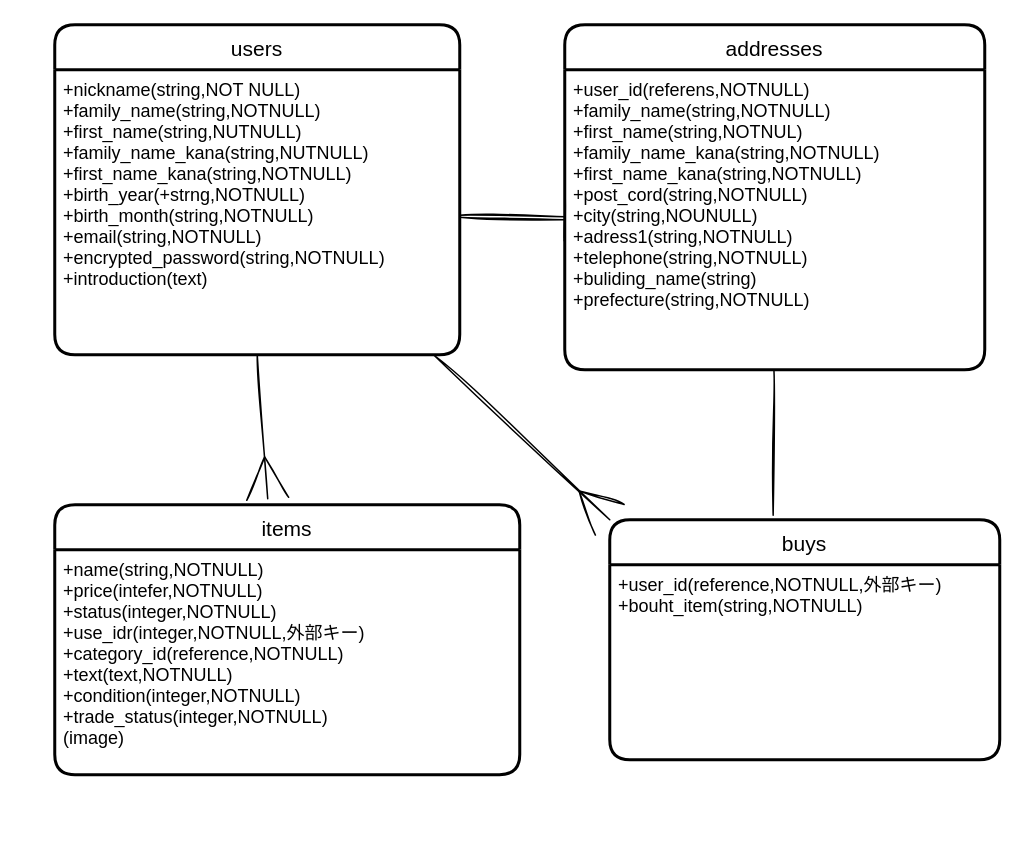
1ain00/furima-38440-id keeps this draw.io diagram as er.dio. Above is the earlier version. Source tidied: cells renumbered, new cells numbered last; positions are measured from the earlier drawing's top-left corner, leaving out a move shared by most shapes. Both pictures are drawn from the tidied source at 150%, with x=0, y=0 at pixel (54, 24).
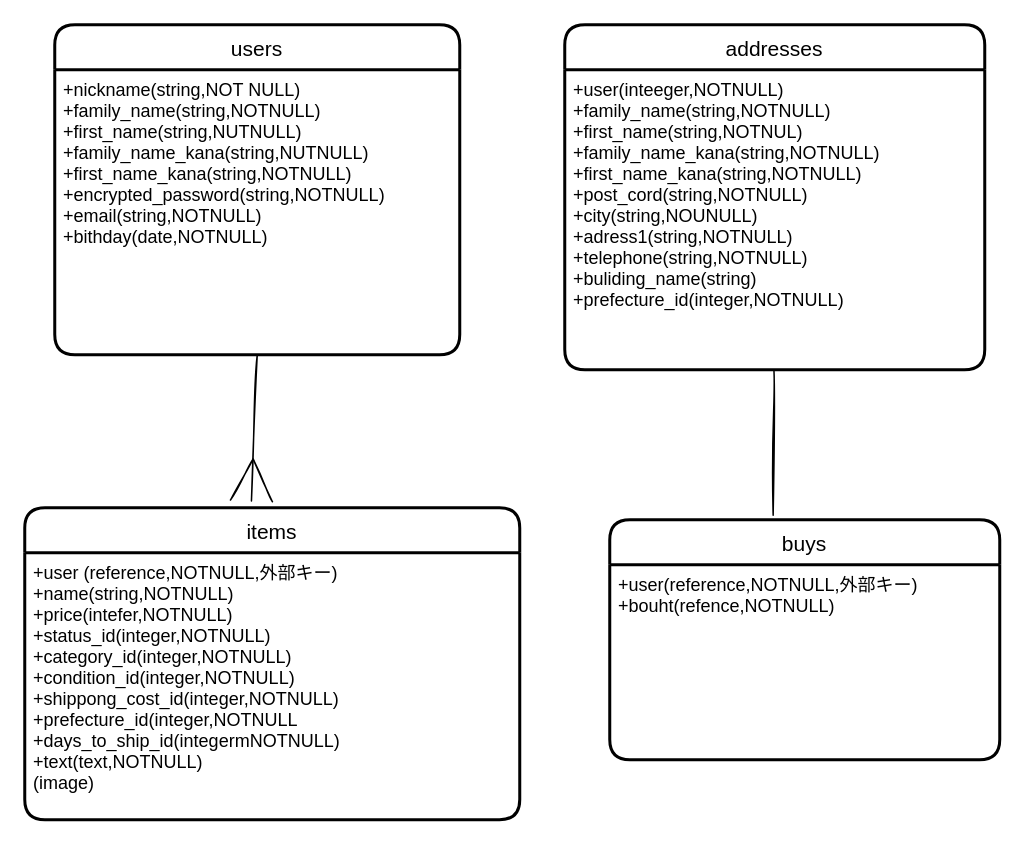
The same page after the edit.

What changed in the source:
```diff
@@
 <mxGraphModel>
   <root>
     <mxCell id="0" />
     <mxCell id="1" parent="0" />
-    <mxCell id="2" style="edgeStyle=none;sketch=1;html=1;entryX=0;entryY=0;entryDx=0;entryDy=0;endArrow=ERmany;endFill=0;startSize=6;endSize=26;" parent="1" edge="1" source="3" target="5">
-      <mxGeometry relative="1" as="geometry" />
-    </mxCell>
     <mxCell id="3" value="users" style="swimlane;horizontal=1;startSize=30;rounded=1;fontSize=14;fontStyle=0;strokeWidth=2;shadow=0;dashed=0;align=center;" parent="1" vertex="1">
       <mxGeometry width="270" height="220" as="geometry" />
     </mxCell>
-    <mxCell id="4" value="+nickname(string,NOT NULL)&#10;+family_name(string,NOTNULL)&#10;+first_name(string,NUTNULL)&#10;+family_name_kana(string,NUTNULL)&#10;+first_name_kana(string,NOTNULL)&#10;+birth_year(+strng,NOTNULL)&#10;+birth_month(string,NOTNULL)&#10;+email(string,NOTNULL)&#10;+encrypted_password(string,NOTNULL)&#10;+introduction(text)" style="align=left;strokeColor=none;fillColor=none;spacingLeft=4;fontSize=12;verticalAlign=top;" parent="3" vertex="1">
+    <mxCell id="4" value="+nickname(string,NOT NULL)&#10;+family_name(string,NOTNULL)&#10;+first_name(string,NUTNULL)&#10;+family_name_kana(string,NUTNULL)&#10;+first_name_kana(string,NOTNULL)&#10;+encrypted_password(string,NOTNULL)&#10;+email(string,NOTNULL)&#10;+bithday(date,NOTNULL)" style="align=left;strokeColor=none;fillColor=none;spacingLeft=4;fontSize=12;verticalAlign=top;" parent="3" vertex="1">
       <mxGeometry y="30" width="270" height="190" as="geometry" />
     </mxCell>
     <mxCell id="5" value="buys" style="swimlane;horizontal=1;startSize=30;rounded=1;fontSize=14;fontStyle=0;strokeWidth=2;shadow=0;dashed=0;align=center;" parent="1" vertex="1">
       <mxGeometry x="370" y="330" width="260" height="160" as="geometry" />
     </mxCell>
-    <mxCell id="6" value="+user_id(reference,NOTNULL,外部キー)&#10;+bouht_item(string,NOTNULL)" style="align=left;strokeColor=none;fillColor=none;spacingLeft=4;fontSize=12;verticalAlign=top;" parent="5" vertex="1">
+    <mxCell id="6" value="+user(reference,NOTNULL,外部キー)&#10;+bouht(refence,NOTNULL)" style="align=left;strokeColor=none;fillColor=none;spacingLeft=4;fontSize=12;verticalAlign=top;" parent="5" vertex="1">
       <mxGeometry y="30" width="260" height="130" as="geometry" />
     </mxCell>
     <mxCell id="7" value="items" style="swimlane;horizontal=1;startSize=30;rounded=1;fontSize=14;fontStyle=0;strokeWidth=2;shadow=0;dashed=0;align=center;" parent="1" vertex="1">
-      <mxGeometry y="320" width="310" height="180" as="geometry" />
+      <mxGeometry x="-20" y="322" width="330" height="208" as="geometry" />
     </mxCell>
-    <mxCell id="8" value="+name(string,NOTNULL)&#10;+price(intefer,NOTNULL)&#10;+status(integer,NOTNULL)&#10;+use_idr(integer,NOTNULL,外部キー)&#10;+category_id(reference,NOTNULL)&#10;+text(text,NOTNULL)&#10;+condition(integer,NOTNULL)&#10;+trade_status(integer,NOTNULL)&#10;(image)" style="align=left;strokeColor=none;fillColor=none;spacingLeft=4;fontSize=12;verticalAlign=top;" parent="7" vertex="1">
-      <mxGeometry y="30" width="310" height="150" as="geometry" />
+    <mxCell id="8" value="+user (reference,NOTNULL,外部キー)&#10;+name(string,NOTNULL)&#10;+price(intefer,NOTNULL)&#10;+status_id(integer,NOTNULL)&#10;+category_id(integer,NOTNULL)&#10;+condition_id(integer,NOTNULL)&#10;+shippong_cost_id(integer,NOTNULL)&#10;+prefecture_id(integer,NOTNULL&#10;+days_to_ship_id(integermNOTNULL)&#10;+text(text,NOTNULL)&#10;(image)" style="align=left;strokeColor=none;fillColor=none;spacingLeft=4;fontSize=12;verticalAlign=top;" parent="7" vertex="1">
+      <mxGeometry y="30" width="330" height="178" as="geometry" />
     </mxCell>
     <mxCell id="9" value="addresses" style="swimlane;horizontal=1;startSize=30;rounded=1;fontSize=14;fontStyle=0;strokeWidth=2;shadow=0;dashed=0;align=center;" parent="1" vertex="1">
       <mxGeometry x="340" width="280" height="230" as="geometry" />
     </mxCell>
-    <mxCell id="10" value="+user_id(referens,NOTNULL)&#10;+family_name(string,NOTNULL)&#10;+first_name(string,NOTNUL)&#10;+family_name_kana(string,NOTNULL)&#10;+first_name_kana(string,NOTNULL)&#10;+post_cord(string,NOTNULL)&#10;+city(string,NOUNULL)&#10;+adress1(string,NOTNULL)&#10;+telephone(string,NOTNULL)&#10;+buliding_name(string)&#10;+prefecture(string,NOTNULL)" style="align=left;strokeColor=none;fillColor=none;spacingLeft=4;fontSize=12;verticalAlign=top;" parent="9" vertex="1">
+    <mxCell id="10" value="+user(inteeger,NOTNULL)&#10;+family_name(string,NOTNULL)&#10;+first_name(string,NOTNUL)&#10;+family_name_kana(string,NOTNULL)&#10;+first_name_kana(string,NOTNULL)&#10;+post_cord(string,NOTNULL)&#10;+city(string,NOUNULL)&#10;+adress1(string,NOTNULL)&#10;+telephone(string,NOTNULL)&#10;+buliding_name(string)&#10;+prefecture_id(integer,NOTNULL)" style="align=left;strokeColor=none;fillColor=none;spacingLeft=4;fontSize=12;verticalAlign=top;" parent="9" vertex="1">
       <mxGeometry y="30" width="280" height="200" as="geometry" />
     </mxCell>
-    <mxCell id="11" style="edgeStyle=none;sketch=1;html=1;entryX=0;entryY=0.5;entryDx=0;entryDy=0;endArrow=baseDash;endFill=0;startSize=6;endSize=26;" parent="1" edge="1" source="4" target="10">
-      <mxGeometry relative="1" as="geometry" />
-    </mxCell>
     <mxCell id="12" style="edgeStyle=none;sketch=1;html=1;exitX=0.5;exitY=1;exitDx=0;exitDy=0;entryX=0.458;entryY=-0.022;entryDx=0;entryDy=0;entryPerimeter=0;endArrow=ERmany;endFill=0;startSize=6;endSize=26;" parent="1" edge="1" source="4" target="7">
       <mxGeometry relative="1" as="geometry" />
     </mxCell>
     <mxCell id="13" style="edgeStyle=none;sketch=1;html=1;entryX=0.419;entryY=-0.019;entryDx=0;entryDy=0;entryPerimeter=0;endArrow=none;endFill=0;startSize=6;endSize=26;" parent="1" edge="1" source="10" target="5">
       <mxGeometry relative="1" as="geometry" />
     </mxCell>
-    <mxCell id="14" style="edgeStyle=none;sketch=1;html=1;endArrow=baseDash;endFill=0;startSize=6;endSize=26;" parent="1" edge="1" source="4" target="10">
-      <mxGeometry relative="1" as="geometry" />
-    </mxCell>
   </root>
 </mxGraphModel>
```
